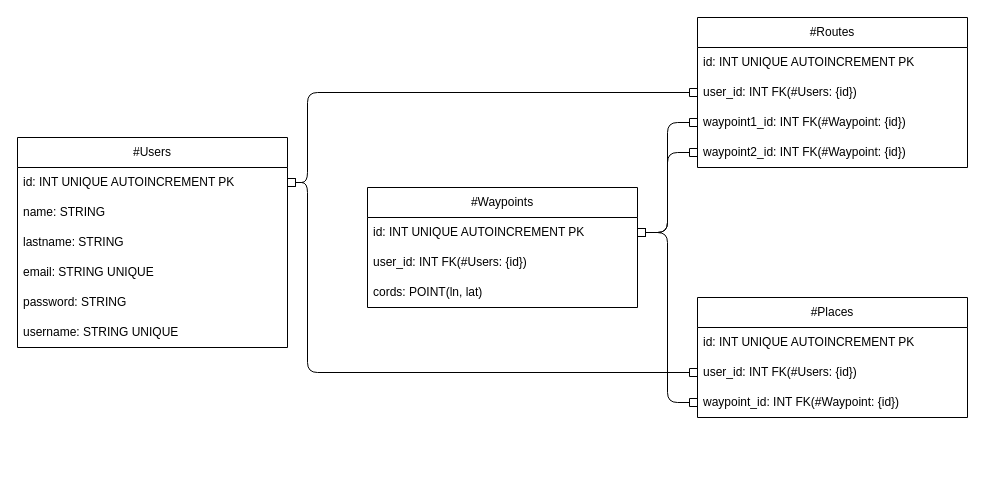
This is diagrams/classDiagram.drawio from alexisg24/travelmap-app, a draw.io file, before an edit. Source tidied: cells renumbered, new cells numbered last; positions are measured from the earlier drawing's top-left corner, leaving out a move shared by most shapes. Both pictures are drawn from the tidied source at 100%, with x=0, y=0 at pixel (17, 17).
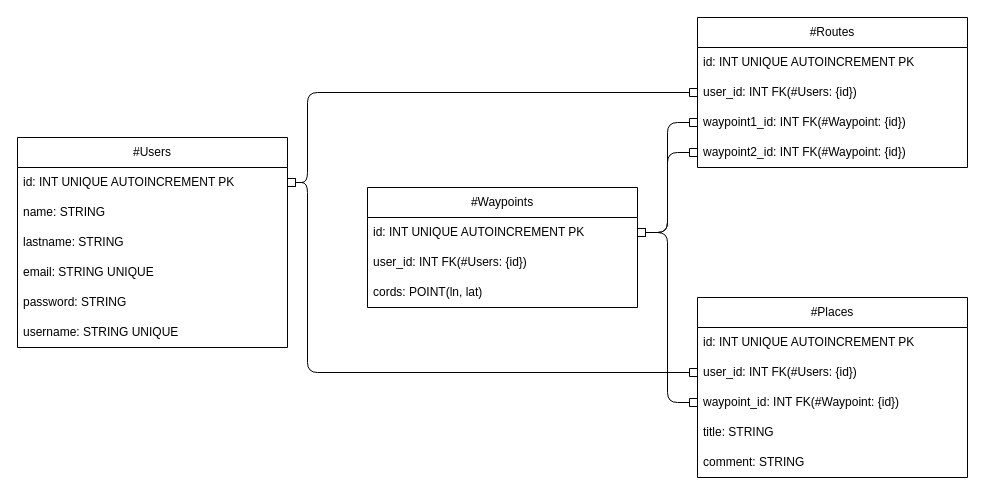
The same page after the edit.

Diff of the diagram source:
```diff
@@
     <mxCell id="18" value="#Places" style="swimlane;fontStyle=0;horizontal=1;startSize=30;whiteSpace=wrap;html=1;" parent="1" vertex="1">
-      <mxGeometry x="680" y="280" width="270" height="120" as="geometry" />
+      <mxGeometry x="680" y="280" width="270" height="180" as="geometry" />
     </mxCell>
@@
+    <mxCell id="27" value="title: STRING" style="text;strokeColor=none;fillColor=none;align=left;verticalAlign=middle;spacingLeft=4;spacingRight=4;overflow=hidden;whiteSpace=wrap;html=1;" parent="18" vertex="1">
+      <mxGeometry y="120" width="270" height="30" as="geometry" />
+    </mxCell>
+    <mxCell id="28" value="comment: STRING" style="text;strokeColor=none;fillColor=none;align=left;verticalAlign=middle;spacingLeft=4;spacingRight=4;overflow=hidden;whiteSpace=wrap;html=1;" parent="18" vertex="1">
+      <mxGeometry y="150" width="270" height="30" as="geometry" />
+    </mxCell>
```
